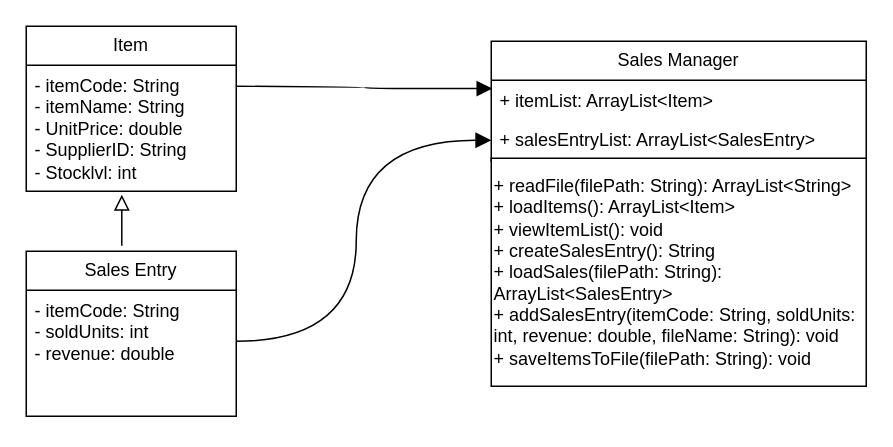
Earlier version of the draw.io diagram Java.drawio (WWeWenBininn/WWeWenBininn). Source tidied: cells renumbered, new cells numbered last; positions are measured from the earlier drawing's top-left corner, leaving out a move shared by most shapes. Both pictures are drawn from the tidied source at 150%, with x=0, y=0 at pixel (26, 26).
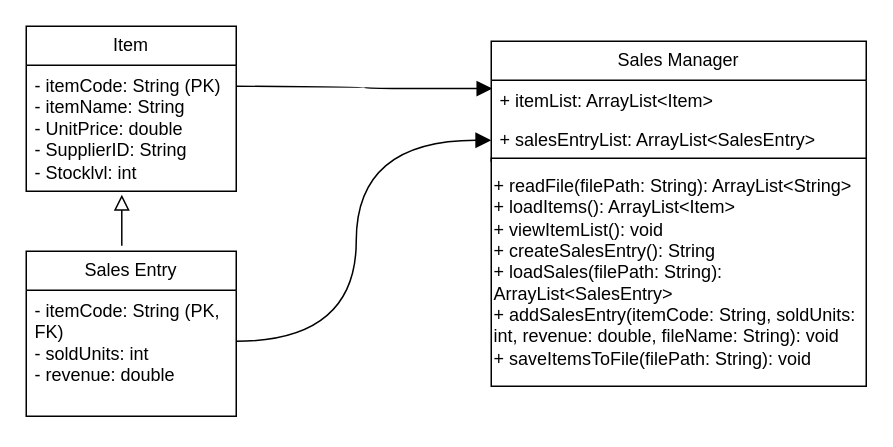
The same page after the edit.

Diff of the diagram source:
```diff
@@
 <mxGraphModel>
   <root>
     <mxCell id="0" />
     <mxCell id="1" parent="0" />
     <mxCell id="2" value="Item" style="swimlane;fontStyle=0;horizontal=1;startSize=26;fillColor=none;whiteSpace=wrap;html=1;" parent="1" vertex="1">
       <mxGeometry width="140" height="110" as="geometry" />
     </mxCell>
-    <mxCell id="3" value="- itemCode: String&lt;div&gt;- itemName: String&lt;/div&gt;&lt;div&gt;- UnitPrice: double&lt;/div&gt;&lt;div&gt;- SupplierID: String&lt;/div&gt;&lt;div&gt;- Stocklvl: int&lt;/div&gt;" style="text;strokeColor=none;fillColor=none;align=left;verticalAlign=top;spacingLeft=4;spacingRight=4;overflow=hidden;points=[[0,0.5],[1,0.5]];portConstraint=eastwest;whiteSpace=wrap;html=1;" parent="2" vertex="1">
+    <mxCell id="3" value="- itemCode: String (PK)&lt;div&gt;- itemName: String&lt;/div&gt;&lt;div&gt;- UnitPrice: double&lt;/div&gt;&lt;div&gt;- SupplierID: String&lt;/div&gt;&lt;div&gt;- Stocklvl: int&lt;/div&gt;" style="text;strokeColor=none;fillColor=none;align=left;verticalAlign=top;spacingLeft=4;spacingRight=4;overflow=hidden;points=[[0,0.5],[1,0.5]];portConstraint=eastwest;whiteSpace=wrap;html=1;" parent="2" vertex="1">
       <mxGeometry y="26" width="140" height="84" as="geometry" />
     </mxCell>
     <mxCell id="4" value="Sales Entry" style="swimlane;fontStyle=0;horizontal=1;startSize=26;fillColor=none;whiteSpace=wrap;html=1;" parent="1" vertex="1">
       <mxGeometry y="150" width="140" height="110" as="geometry" />
     </mxCell>
-    <mxCell id="5" value="- itemCode: String&lt;div&gt;- soldUnits: int&lt;/div&gt;&lt;div&gt;- revenue: double&lt;/div&gt;" style="text;strokeColor=none;fillColor=none;align=left;verticalAlign=top;spacingLeft=4;spacingRight=4;overflow=hidden;whiteSpace=wrap;html=1;" parent="4" vertex="1">
+    <mxCell id="5" value="- itemCode: String (PK, FK)&lt;div&gt;- soldUnits: int&lt;/div&gt;&lt;div&gt;- revenue: double&lt;/div&gt;" style="text;strokeColor=none;fillColor=none;align=left;verticalAlign=top;spacingLeft=4;spacingRight=4;overflow=hidden;whiteSpace=wrap;html=1;" parent="4" vertex="1">
       <mxGeometry y="26" width="140" height="84" as="geometry" />
     </mxCell>
     <mxCell id="6" style="endArrow=block;html=1;rounded=0;align=center;verticalAlign=bottom;endFill=0;labelBackgroundColor=none;endSize=8;fontSize=12;curved=1;exitX=0.455;exitY=-0.033;exitDx=0;exitDy=0;exitPerimeter=0;entryX=0.455;entryY=1.028;entryDx=0;entryDy=0;entryPerimeter=0;" parent="1" edge="1" source="4" target="3">
       <mxGeometry relative="1" as="geometry" />
     </mxCell>
     <mxCell id="7" style="html=1;align=center;verticalAlign=top;labelBackgroundColor=none;" parent="6" vertex="1">
       <mxGeometry relative="1" as="geometry" />
     </mxCell>
     <mxCell id="8" style="group;" parent="1" vertex="1">
       <mxGeometry x="310" y="10" width="250" height="230" as="geometry" />
     </mxCell>
     <mxCell id="9" value="Sales Manager" style="swimlane;fontStyle=0;horizontal=1;startSize=26;fillColor=none;whiteSpace=wrap;html=1;" parent="8" vertex="1">
       <mxGeometry width="250" height="80" as="geometry" />
     </mxCell>
     <mxCell id="10" value="+&amp;nbsp;itemList: ArrayList&amp;lt;Item&amp;gt;" style="text;strokeColor=none;fillColor=none;align=left;verticalAlign=top;spacingLeft=4;spacingRight=4;overflow=hidden;points=[[0,0.5],[1,0.5]];portConstraint=eastwest;whiteSpace=wrap;html=1;" parent="9" vertex="1">
       <mxGeometry y="26" width="250" height="26" as="geometry" />
     </mxCell>
     <mxCell id="11" value="+&amp;nbsp;salesEntryList: ArrayList&amp;lt;SalesEntry&amp;gt;" style="text;strokeColor=none;fillColor=none;align=left;verticalAlign=top;spacingLeft=4;spacingRight=4;overflow=hidden;points=[[0,0.5],[1,0.5]];portConstraint=eastwest;whiteSpace=wrap;html=1;" parent="9" vertex="1">
       <mxGeometry y="52" width="250" height="28" as="geometry" />
     </mxCell>
     <mxCell id="12" value="+ readFile(filePath: String): ArrayList&amp;lt;String&amp;gt;&lt;div&gt;+ loadItems(): ArrayList&amp;lt;Item&amp;gt;&lt;/div&gt;&lt;div&gt;+ viewItemList(): void&lt;/div&gt;&lt;div&gt;+ createSalesEntry(): String&lt;/div&gt;&lt;div&gt;+ loadSales(filePath: String): ArrayList&amp;lt;SalesEntry&amp;gt;&lt;/div&gt;&lt;div&gt;+ addSalesEntry(itemCode: String, soldUnits: int, revenue: double, fileName: String): void&lt;/div&gt;&lt;div&gt;+ saveItemsToFile(filePath: String): void&lt;/div&gt;" style="html=1;whiteSpace=wrap;align=left;" parent="8" vertex="1">
       <mxGeometry y="78" width="250" height="152" as="geometry" />
     </mxCell>
     <mxCell id="13" style="endArrow=block;endFill=1;html=1;edgeStyle=orthogonalEdgeStyle;align=left;verticalAlign=top;rounded=0;fontSize=12;startSize=8;endSize=8;curved=1;entryX=0.003;entryY=0.214;entryDx=0;entryDy=0;entryPerimeter=0;" parent="1" edge="1" target="10">
       <mxGeometry x="-1" relative="1" as="geometry">
         <mxPoint x="140" y="40" as="sourcePoint" />
       </mxGeometry>
     </mxCell>
     <mxCell id="14" style="endArrow=block;endFill=1;html=1;edgeStyle=orthogonalEdgeStyle;align=left;verticalAlign=top;rounded=0;fontSize=12;startSize=8;endSize=8;curved=1;entryX=0;entryY=0.5;entryDx=0;entryDy=0;" parent="1" edge="1" target="11">
       <mxGeometry x="-1" relative="1" as="geometry">
         <mxPoint x="140" y="210" as="sourcePoint" />
         <Array as="points">
           <mxPoint x="220" y="210" />
           <mxPoint x="220" y="76" />
         </Array>
       </mxGeometry>
     </mxCell>
   </root>
 </mxGraphModel>
```
